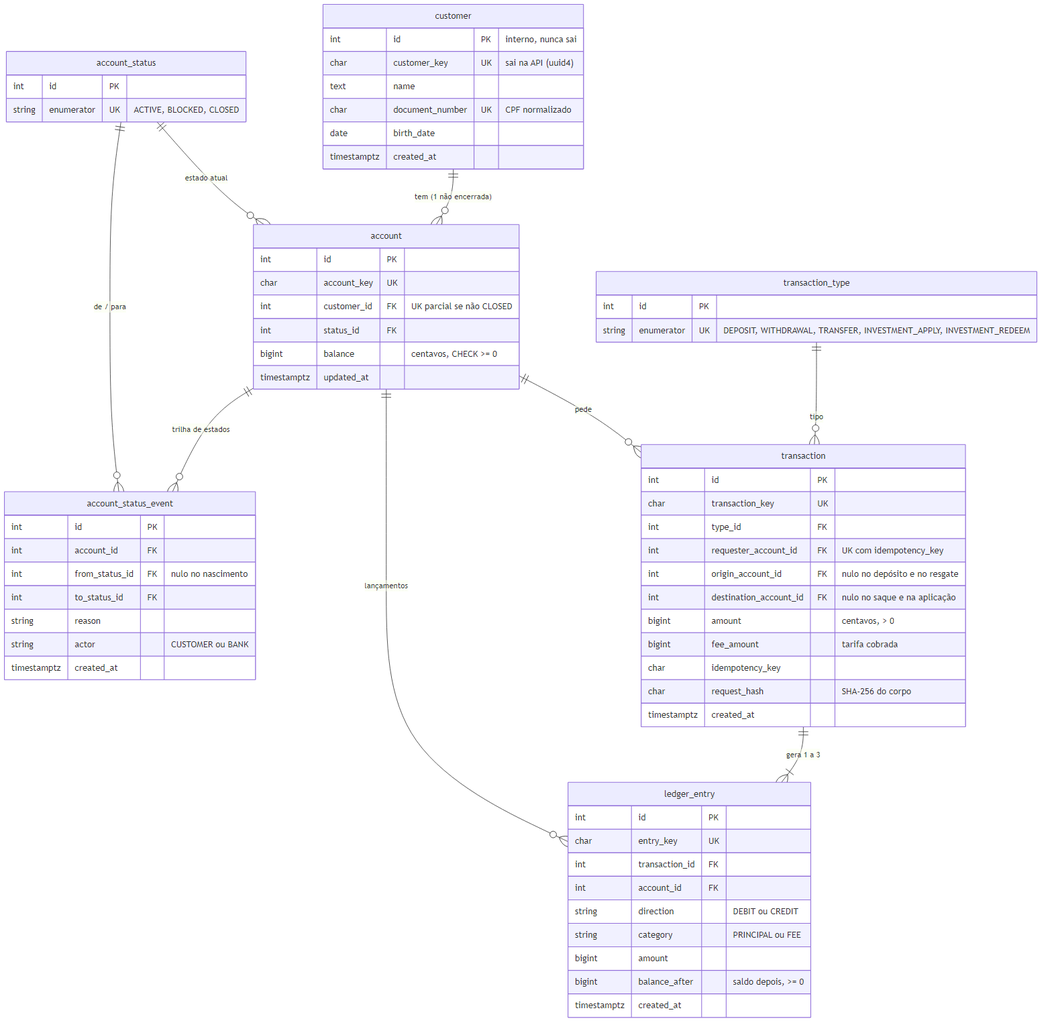
Earlier version of the Mermaid export docs/diagramas/er-nucleo.png (heluylucas/bootcamp-qi-tech-presidas-). Its source is kept beside it as docs/diagramas/er-nucleo.mmd.
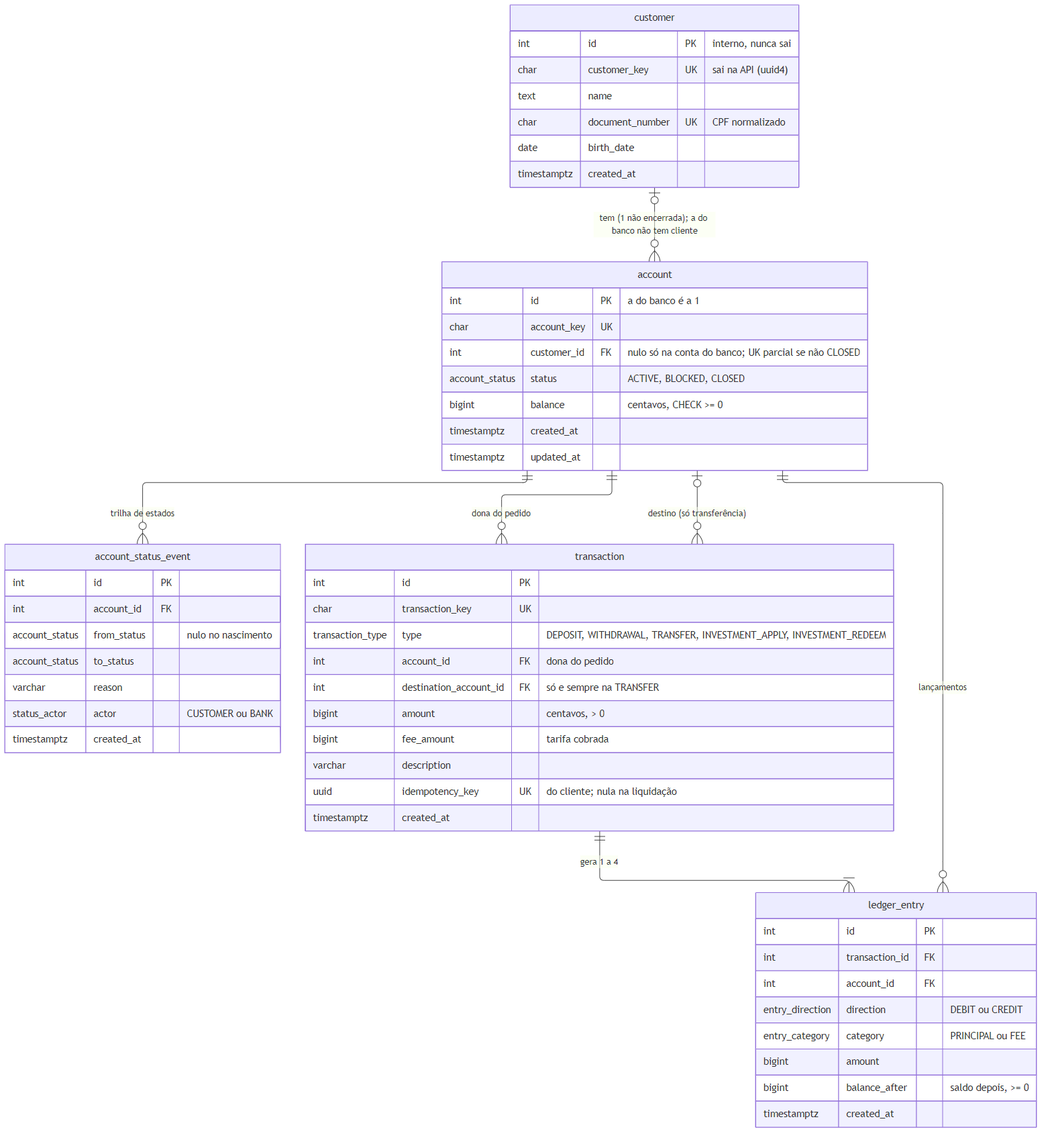
Later version of the same file.

Diff of the diagram source:
```diff
@@ -1,11 +1,16 @@
+---
+config:
+  layout: elk
+  elk:
+    mergeEdges: false
+    nodePlacementStrategy: NETWORK_SIMPLEX
+---
 erDiagram
-    customer ||--o{ account : "tem (1 não encerrada)"
-    account_status ||--o{ account : "estado atual"
+    customer |o--o{ account : "tem (1 não encerrada); a do banco não tem cliente"
     account ||--o{ account_status_event : "trilha de estados"
-    account_status ||--o{ account_status_event : "de / para"
-    transaction_type ||--o{ transaction : "tipo"
-    account ||--o{ transaction : "pede"
-    transaction ||--|{ ledger_entry : "gera 1 a 3"
+    account ||--o{ transaction : "dona do pedido"
+    account |o--o{ transaction : "destino (só transferência)"
+    transaction ||--|{ ledger_entry : "gera 1 a 4"
     account ||--o{ ledger_entry : "lançamentos"
 
     customer {
@@ -17,50 +22,41 @@
         timestamptz created_at
     }
     account {
-        int id PK
+        int id PK "a do banco é a 1"
         char account_key UK
-        int customer_id FK "UK parcial se não CLOSED"
-        int status_id FK
+        int customer_id FK "nulo só na conta do banco; UK parcial se não CLOSED"
+        account_status status "ACTIVE, BLOCKED, CLOSED"
         bigint balance "centavos, CHECK >= 0"
+        timestamptz created_at
         timestamptz updated_at
-    }
-    account_status {
-        int id PK
-        string enumerator UK "ACTIVE, BLOCKED, CLOSED"
     }
     account_status_event {
         int id PK
         int account_id FK
-        int from_status_id FK "nulo no nascimento"
-        int to_status_id FK
-        string reason
-        string actor "CUSTOMER ou BANK"
+        account_status from_status "nulo no nascimento"
+        account_status to_status
+        varchar reason
+        status_actor actor "CUSTOMER ou BANK"
         timestamptz created_at
-    }
-    transaction_type {
-        int id PK
-        string enumerator UK "DEPOSIT, WITHDRAWAL, TRANSFER, INVESTMENT_APPLY, INVESTMENT_REDEEM"
     }
     transaction {
         int id PK
         char transaction_key UK
-        int type_id FK
-        int requester_account_id FK "UK com idempotency_key"
-        int origin_account_id FK "nulo no depósito e no resgate"
-        int destination_account_id FK "nulo no saque e na aplicação"
+        transaction_type type "DEPOSIT, WITHDRAWAL, TRANSFER, INVESTMENT_APPLY, INVESTMENT_REDEEM"
+        int account_id FK "dona do pedido"
+        int destination_account_id FK "só e sempre na TRANSFER"
         bigint amount "centavos, > 0"
         bigint fee_amount "tarifa cobrada"
-        char idempotency_key
-        char request_hash "SHA-256 do corpo"
+        varchar description
+        uuid idempotency_key UK "do cliente; nula na liquidação"
         timestamptz created_at
     }
     ledger_entry {
         int id PK
-        char entry_key UK
         int transaction_id FK
         int account_id FK
-        string direction "DEBIT ou CREDIT"
-        string category "PRINCIPAL ou FEE"
+        entry_direction direction "DEBIT ou CREDIT"
+        entry_category category "PRINCIPAL ou FEE"
         bigint amount
         bigint balance_after "saldo depois, >= 0"
         timestamptz created_at
```
